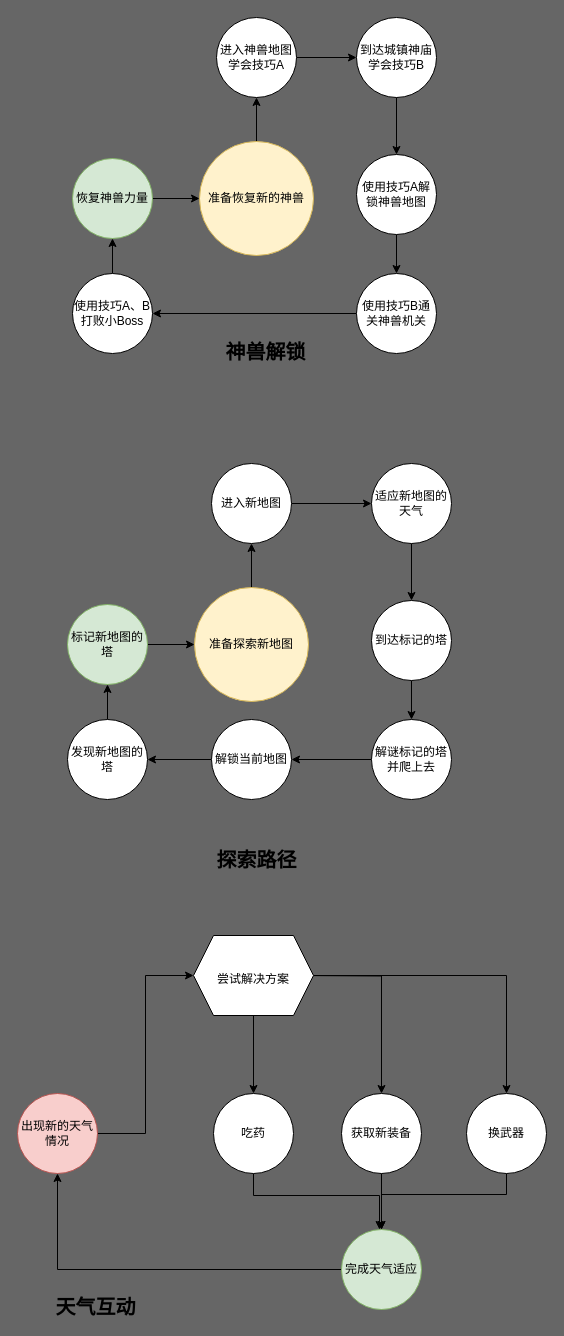
iamlightart/game-review keeps this draw.io diagram as drawio/breath_of_wild.drawio. Above is the earlier version. Source tidied: cells renumbered, new cells numbered last; positions are measured from the earlier drawing's top-left corner, leaving out a move shared by most shapes. Both pictures are drawn from the tidied source at 100%, with x=0, y=0 at pixel (17, 17).
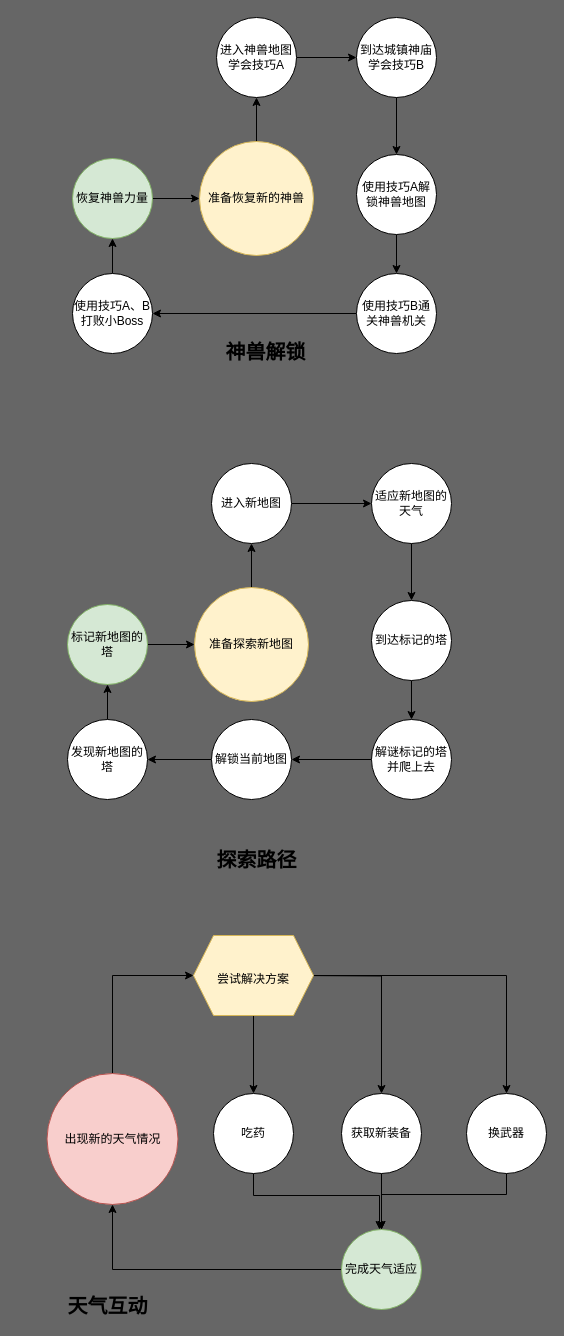
The same page after the edit.

What changed in the source:
```diff
@@
-    <mxCell id="34" style="edgeStyle=orthogonalEdgeStyle;rounded=0;jettySize=auto;html=1;entryX=0;entryY=0.5;entryDx=0;entryDy=0;" parent="1" edge="1" source="35" target="48">
+    <mxCell id="34" style="edgeStyle=orthogonalEdgeStyle;rounded=0;jettySize=auto;html=1;entryX=0;entryY=0.5;entryDx=0;entryDy=0;exitX=0.5;exitY=0;exitDx=0;exitDy=0;" parent="1" edge="1" source="35" target="48">
       <mxGeometry relative="1" as="geometry" />
     </mxCell>
     <mxCell id="35" value="出现新的天气情况" style="ellipse;whiteSpace=wrap;html=1;fillColor=#f8cecc;strokeColor=#b85450;" parent="1" vertex="1">
-      <mxGeometry y="1076" width="80" height="80" as="geometry" />
+      <mxGeometry x="29.5" y="1056" width="131" height="131" as="geometry" />
     </mxCell>
@@
     <mxCell id="42" value="&lt;font style=&quot;font-size: 20px&quot;&gt;&lt;b&gt;天气互动&lt;/b&gt;&lt;/font&gt;" style="text;html=1;align=center;verticalAlign=middle;strokeColor=none;fillColor=none;" parent="1" vertex="1">
-      <mxGeometry x="33" y="1279" width="90" height="20" as="geometry" />
+      <mxGeometry x="45" y="1278" width="90" height="20" as="geometry" />
     </mxCell>
@@
-    <mxCell id="48" value="&lt;span style=&quot;font-size: 12px&quot;&gt;尝试解决方案&lt;/span&gt;" style="shape=hexagon;perimeter=hexagonPerimeter2;whiteSpace=wrap;html=1;fixedSize=1;fontSize=20;" parent="1" vertex="1">
+    <mxCell id="48" value="&lt;span style=&quot;font-size: 12px&quot;&gt;尝试解决方案&lt;/span&gt;" style="shape=hexagon;perimeter=hexagonPerimeter2;whiteSpace=wrap;html=1;fixedSize=1;fontSize=20;fillColor=#fff2cc;strokeColor=#d6b656;" parent="1" vertex="1">
       <mxGeometry x="176" y="918" width="120" height="80" as="geometry" />
     </mxCell>
```
